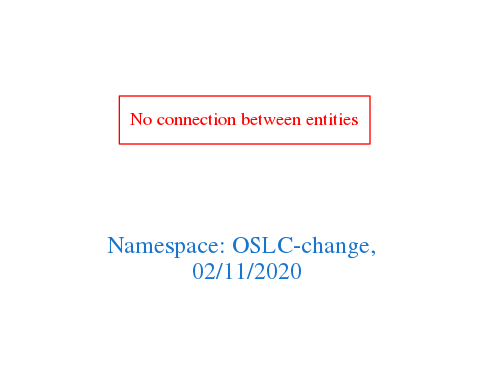
arago/OGIT keeps this Graphviz diagram as downloads/OSLC-change.png. Above is the earlier version. Its source is kept beside it as downloads/OSLC-change.dot.
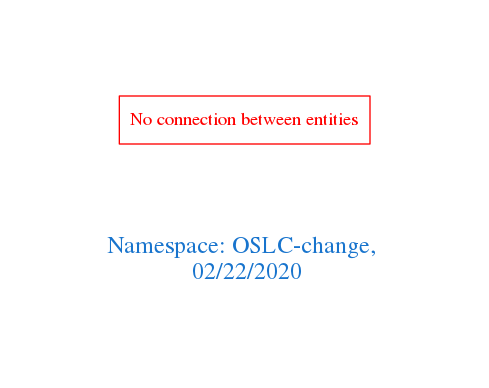
The same file after the commit.

Diff of the diagram source:
```diff
@@ -1,7 +1,7 @@
 digraph OGIT_ontology {
  graph [ rankdir= LR,pad=1
 fontsize = 18,
-fontcolor= dodgerblue3,label = "\n\n\nNamespace: OSLC-change, \n 02/11/2020"];
+fontcolor= dodgerblue3,label = "\n\n\nNamespace: OSLC-change, \n 02/22/2020"];
 node[shape=polygon];
 edge [  color="gray81"];
 
```
